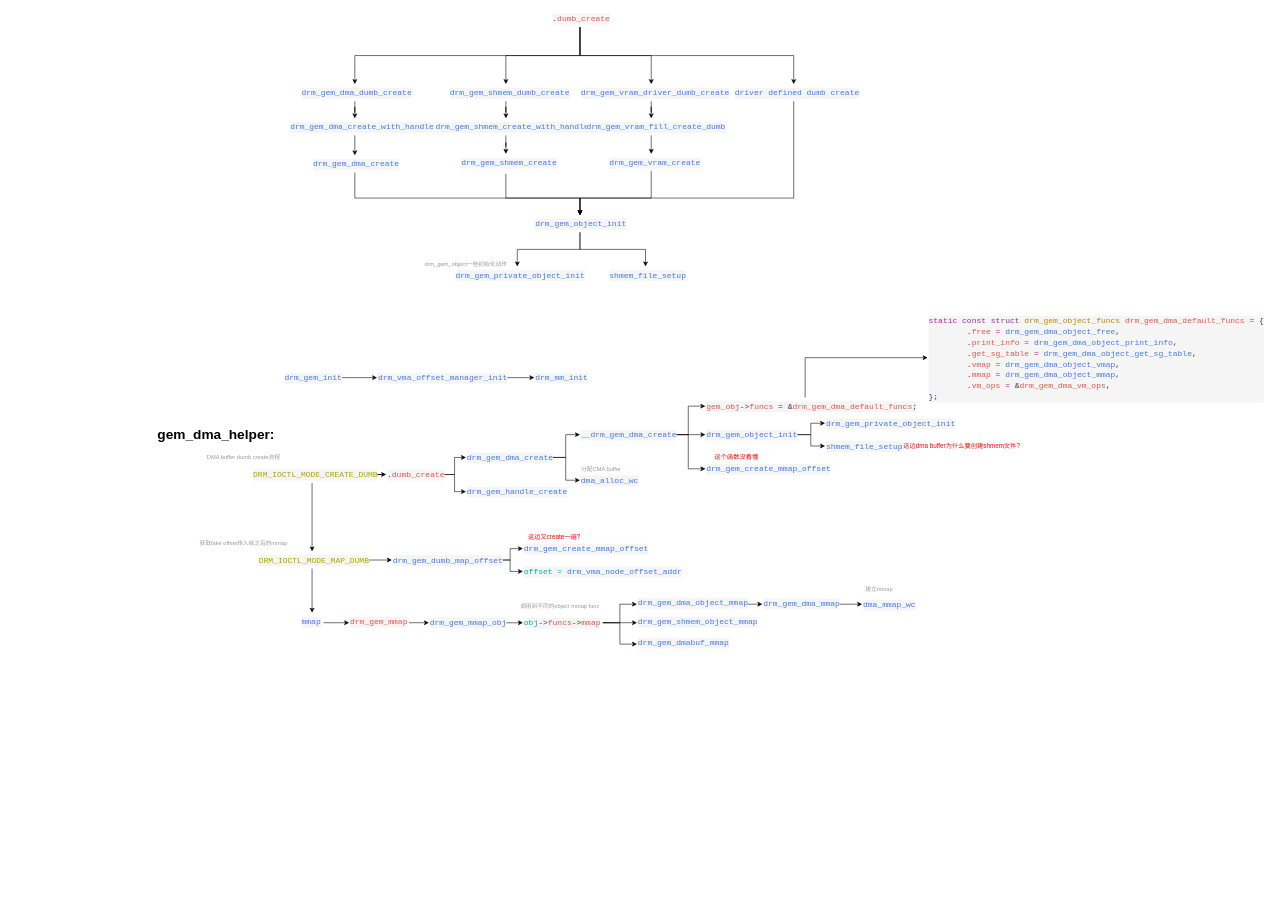
Before: drm_mm.drawio in YC-Xiang/draw.io, a draw.io diagram. Source tidied: cells renumbered, new cells numbered last; positions are measured from the earlier drawing's top-left corner, leaving out a move shared by most shapes. Both pictures are drawn from the tidied source at 57%, with x=0, y=0 at pixel (146, 10).
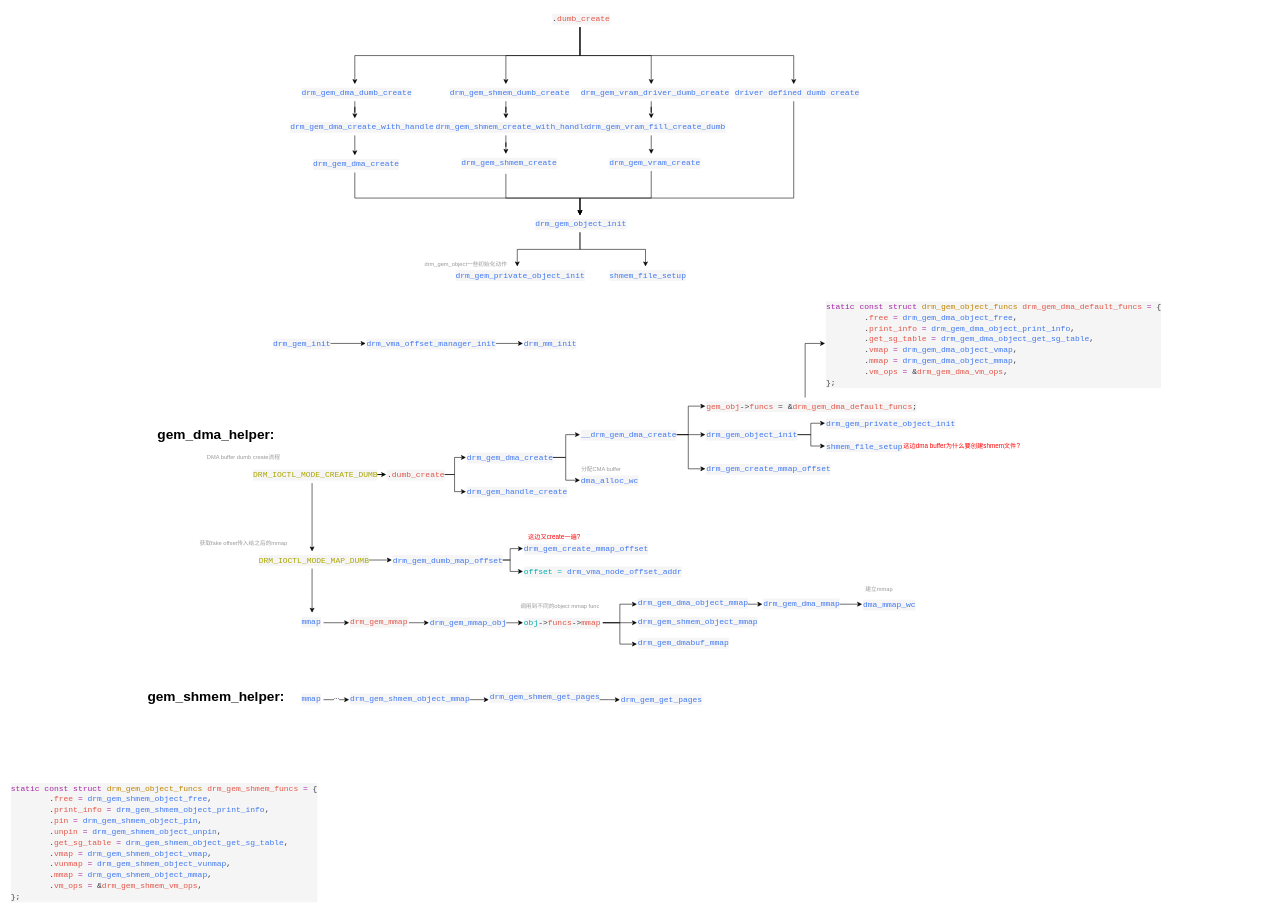
The same page after the edit.

Diff of the diagram source:
```diff
@@
     <mxCell id="63" value="&lt;div style=&quot;color: #383a42;background-color: #f5f5f5;font-family: Consolas, 'Courier New', monospace;font-weight: normal;font-size: 14px;line-height: 19px;white-space: pre;&quot;&gt;&lt;div&gt;&lt;span style=&quot;color: #a626a4;&quot;&gt;static&lt;/span&gt;&lt;span style=&quot;color: #383a42;&quot;&gt; &lt;/span&gt;&lt;span style=&quot;color: #a626a4;&quot;&gt;const&lt;/span&gt;&lt;span style=&quot;color: #383a42;&quot;&gt; &lt;/span&gt;&lt;span style=&quot;color: #a626a4;&quot;&gt;struct&lt;/span&gt;&lt;span style=&quot;color: #383a42;&quot;&gt; &lt;/span&gt;&lt;span style=&quot;color: #c18401;&quot;&gt;drm_gem_object_funcs&lt;/span&gt;&lt;span style=&quot;color: #383a42;&quot;&gt; &lt;/span&gt;&lt;span style=&quot;color: #e45649;&quot;&gt;drm_gem_dma_default_funcs&lt;/span&gt;&lt;span style=&quot;color: #383a42;&quot;&gt; &lt;/span&gt;&lt;span style=&quot;color: #a626a4;&quot;&gt;=&lt;/span&gt;&lt;span style=&quot;color: #383a42;&quot;&gt; {&lt;/span&gt;&lt;/div&gt;&lt;div&gt;&lt;span style=&quot;color: #383a42;&quot;&gt;&amp;nbsp; &amp;nbsp; &amp;nbsp; &amp;nbsp; .&lt;/span&gt;&lt;span style=&quot;color: #e45649;&quot;&gt;free&lt;/span&gt;&lt;span style=&quot;color: #383a42;&quot;&gt; &lt;/span&gt;&lt;span style=&quot;color: #a626a4;&quot;&gt;=&lt;/span&gt;&lt;span style=&quot;color: #383a42;&quot;&gt; &lt;/span&gt;&lt;span style=&quot;color: #4078f2;&quot;&gt;drm_gem_dma_object_free&lt;/span&gt;&lt;span style=&quot;color: #383a42;&quot;&gt;,&lt;/span&gt;&lt;/div&gt;&lt;div&gt;&lt;span style=&quot;color: #383a42;&quot;&gt;&amp;nbsp; &amp;nbsp; &amp;nbsp; &amp;nbsp; .&lt;/span&gt;&lt;span style=&quot;color: #e45649;&quot;&gt;print_info&lt;/span&gt;&lt;span style=&quot;color: #383a42;&quot;&gt; &lt;/span&gt;&lt;span style=&quot;color: #a626a4;&quot;&gt;=&lt;/span&gt;&lt;span style=&quot;color: #383a42;&quot;&gt; &lt;/span&gt;&lt;span style=&quot;color: #4078f2;&quot;&gt;drm_gem_dma_object_print_info&lt;/span&gt;&lt;span style=&quot;color: #383a42;&quot;&gt;,&lt;/span&gt;&lt;/div&gt;&lt;div&gt;&lt;span style=&quot;color: #383a42;&quot;&gt;&amp;nbsp; &amp;nbsp; &amp;nbsp; &amp;nbsp; .&lt;/span&gt;&lt;span style=&quot;color: #e45649;&quot;&gt;get_sg_table&lt;/span&gt;&lt;span style=&quot;color: #383a42;&quot;&gt; &lt;/span&gt;&lt;span style=&quot;color: #a626a4;&quot;&gt;=&lt;/span&gt;&lt;span style=&quot;color: #383a42;&quot;&gt; &lt;/span&gt;&lt;span style=&quot;color: #4078f2;&quot;&gt;drm_gem_dma_object_get_sg_table&lt;/span&gt;&lt;span style=&quot;color: #383a42;&quot;&gt;,&lt;/span&gt;&lt;/div&gt;&lt;div&gt;&lt;span style=&quot;color: #383a42;&quot;&gt;&amp;nbsp; &amp;nbsp; &amp;nbsp; &amp;nbsp; .&lt;/span&gt;&lt;span style=&quot;color: #e45649;&quot;&gt;vmap&lt;/span&gt;&lt;span style=&quot;color: #383a42;&quot;&gt; &lt;/span&gt;&lt;span style=&quot;color: #a626a4;&quot;&gt;=&lt;/span&gt;&lt;span style=&quot;color: #383a42;&quot;&gt; &lt;/span&gt;&lt;span style=&quot;color: #4078f2;&quot;&gt;drm_gem_dma_object_vmap&lt;/span&gt;&lt;span style=&quot;color: #383a42;&quot;&gt;,&lt;/span&gt;&lt;/div&gt;&lt;div&gt;&lt;span style=&quot;color: #383a42;&quot;&gt;&amp;nbsp; &amp;nbsp; &amp;nbsp; &amp;nbsp; .&lt;/span&gt;&lt;span style=&quot;color: #e45649;&quot;&gt;mmap&lt;/span&gt;&lt;span style=&quot;color: #383a42;&quot;&gt; &lt;/span&gt;&lt;span style=&quot;color: #a626a4;&quot;&gt;=&lt;/span&gt;&lt;span style=&quot;color: #383a42;&quot;&gt; &lt;/span&gt;&lt;span style=&quot;color: #4078f2;&quot;&gt;drm_gem_dma_object_mmap&lt;/span&gt;&lt;span style=&quot;color: #383a42;&quot;&gt;,&lt;/span&gt;&lt;/div&gt;&lt;div&gt;&lt;span style=&quot;color: #383a42;&quot;&gt;&amp;nbsp; &amp;nbsp; &amp;nbsp; &amp;nbsp; .&lt;/span&gt;&lt;span style=&quot;color: #e45649;&quot;&gt;vm_ops&lt;/span&gt;&lt;span style=&quot;color: #383a42;&quot;&gt; &lt;/span&gt;&lt;span style=&quot;color: #a626a4;&quot;&gt;=&lt;/span&gt;&lt;span style=&quot;color: #383a42;&quot;&gt; &lt;/span&gt;&lt;span style=&quot;color: #383a42;&quot;&gt;&amp;amp;&lt;/span&gt;&lt;span style=&quot;color: #e45649;&quot;&gt;drm_gem_dma_vm_ops&lt;/span&gt;&lt;span style=&quot;color: #383a42;&quot;&gt;,&lt;/span&gt;&lt;/div&gt;&lt;div&gt;&lt;span style=&quot;color: #383a42;&quot;&gt;};&lt;/span&gt;&lt;/div&gt;&lt;/div&gt;" style="text;whiteSpace=wrap;html=1;" parent="1" vertex="1">
-      <mxGeometry x="1370" y="530" width="550" height="160" as="geometry" />
+      <mxGeometry x="1190" y="505" width="550" height="160" as="geometry" />
     </mxCell>
@@
     <mxCell id="65" value="&lt;div style=&quot;color: #383a42;background-color: #f5f5f5;font-family: Consolas, 'Courier New', monospace;font-weight: normal;font-size: 14px;line-height: 19px;white-space: pre;&quot;&gt;&lt;div&gt;&lt;span style=&quot;color: #4078f2;&quot;&gt;drm_gem_init&lt;/span&gt;&lt;/div&gt;&lt;/div&gt;" style="text;whiteSpace=wrap;html=1;" parent="1" vertex="1">
-      <mxGeometry x="240" y="630" width="100" height="30" as="geometry" />
+      <mxGeometry x="220" y="570" width="100" height="30" as="geometry" />
     </mxCell>
@@
     <mxCell id="67" value="&lt;div style=&quot;color: #383a42;background-color: #f5f5f5;font-family: Consolas, 'Courier New', monospace;font-weight: normal;font-size: 14px;line-height: 19px;white-space: pre;&quot;&gt;&lt;div&gt;&lt;span style=&quot;color: #4078f2;&quot;&gt;drm_vma_offset_manager_init&lt;/span&gt;&lt;/div&gt;&lt;/div&gt;" style="text;whiteSpace=wrap;html=1;" parent="1" vertex="1">
-      <mxGeometry x="404" y="630" width="216" height="30" as="geometry" />
+      <mxGeometry x="384" y="570" width="216" height="30" as="geometry" />
     </mxCell>
     <mxCell id="68" value="&lt;div style=&quot;color: #383a42;background-color: #f5f5f5;font-family: Consolas, 'Courier New', monospace;font-weight: normal;font-size: 14px;line-height: 19px;white-space: pre;&quot;&gt;&lt;div&gt;&lt;span style=&quot;color: #4078f2;&quot;&gt;drm_mm_init&lt;/span&gt;&lt;/div&gt;&lt;/div&gt;" style="text;whiteSpace=wrap;html=1;" parent="1" vertex="1">
-      <mxGeometry x="680" y="630" width="100" height="30" as="geometry" />
+      <mxGeometry x="660" y="570" width="100" height="30" as="geometry" />
     </mxCell>
-    <mxCell id="69" value="&lt;font color=&quot;#ff0000&quot;&gt;&lt;span style=&quot;font-size: 11px;&quot;&gt;这个函数没看懂&lt;/span&gt;&lt;/font&gt;" style="text;html=1;align=center;verticalAlign=middle;whiteSpace=wrap;rounded=0;" parent="1" vertex="1">
-      <mxGeometry x="990" y="770" width="90" height="30" as="geometry" />
-    </mxCell>
@@
+    <mxCell id="97" value="&lt;h1&gt;gem_shmem_helper:&amp;nbsp;&lt;/h1&gt;" style="text;html=1;align=center;verticalAlign=middle;whiteSpace=wrap;rounded=0;" parent="1" vertex="1">
+      <mxGeometry y="1190" width="250" height="30" as="geometry" />
+    </mxCell>
+    <mxCell id="98" style="edgeStyle=orthogonalEdgeStyle;rounded=0;jettySize=auto;html=1;" parent="1" edge="1" source="99" target="101">
+      <mxGeometry relative="1" as="geometry" />
+    </mxCell>
+    <mxCell id="99" value="&lt;div style=&quot;color: #383a42;background-color: #f5f5f5;font-family: Consolas, 'Courier New', monospace;font-weight: normal;font-size: 14px;line-height: 19px;white-space: pre;&quot;&gt;&lt;div&gt;&lt;span style=&quot;color: #4078f2;&quot;&gt;drm_gem_shmem_object_mmap&lt;/span&gt;&lt;/div&gt;&lt;/div&gt;" style="text;whiteSpace=wrap;html=1;" parent="1" vertex="1">
+      <mxGeometry x="355" y="1192.5" width="200" height="35" as="geometry" />
+    </mxCell>
+    <mxCell id="100" style="edgeStyle=orthogonalEdgeStyle;rounded=0;jettySize=auto;html=1;exitX=1;exitY=0.5;exitDx=0;exitDy=0;entryX=0;entryY=0.5;entryDx=0;entryDy=0;" parent="1" edge="1" source="101" target="106">
+      <mxGeometry relative="1" as="geometry" />
+    </mxCell>
+    <mxCell id="101" value="&lt;div style=&quot;color: #383a42;background-color: #f5f5f5;font-family: Consolas, 'Courier New', monospace;font-weight: normal;font-size: 14px;line-height: 19px;white-space: pre;&quot;&gt;&lt;div&gt;&lt;span style=&quot;color: #4078f2;&quot;&gt;drm_gem_shmem_get_pages&lt;/span&gt;&lt;/div&gt;&lt;/div&gt;" style="text;whiteSpace=wrap;html=1;" parent="1" vertex="1">
+      <mxGeometry x="600" y="1190" width="190" height="40" as="geometry" />
+    </mxCell>
+    <mxCell id="102" value="&lt;div style=&quot;color: #383a42;background-color: #f5f5f5;font-family: Consolas, 'Courier New', monospace;font-weight: normal;font-size: 14px;line-height: 19px;white-space: pre;&quot;&gt;&lt;div&gt;&lt;span style=&quot;color: #a626a4;&quot;&gt;static&lt;/span&gt;&lt;span style=&quot;color: #383a42;&quot;&gt; &lt;/span&gt;&lt;span style=&quot;color: #a626a4;&quot;&gt;const&lt;/span&gt;&lt;span style=&quot;color: #383a42;&quot;&gt; &lt;/span&gt;&lt;span style=&quot;color: #a626a4;&quot;&gt;struct&lt;/span&gt;&lt;span style=&quot;color: #383a42;&quot;&gt; &lt;/span&gt;&lt;span style=&quot;color: #c18401;&quot;&gt;drm_gem_object_funcs&lt;/span&gt;&lt;span style=&quot;color: #383a42;&quot;&gt; &lt;/span&gt;&lt;span style=&quot;color: #e45649;&quot;&gt;drm_gem_shmem_funcs&lt;/span&gt;&lt;span style=&quot;color: #383a42;&quot;&gt; &lt;/span&gt;&lt;span style=&quot;color: #a626a4;&quot;&gt;=&lt;/span&gt;&lt;span style=&quot;color: #383a42;&quot;&gt; {&lt;/span&gt;&lt;/div&gt;&lt;div&gt;&lt;span style=&quot;color: #383a42;&quot;&gt;&amp;nbsp; &amp;nbsp; &amp;nbsp; &amp;nbsp; .&lt;/span&gt;&lt;span style=&quot;color: #e45649;&quot;&gt;free&lt;/span&gt;&lt;span style=&quot;color: #383a42;&quot;&gt; &lt;/span&gt;&lt;span style=&quot;color: #a626a4;&quot;&gt;=&lt;/span&gt;&lt;span style=&quot;color: #383a42;&quot;&gt; &lt;/span&gt;&lt;span style=&quot;color: #4078f2;&quot;&gt;drm_gem_shmem_object_free&lt;/span&gt;&lt;span style=&quot;color: #383a42;&quot;&gt;,&lt;/span&gt;&lt;/div&gt;&lt;div&gt;&lt;span style=&quot;color: #383a42;&quot;&gt;&amp;nbsp; &amp;nbsp; &amp;nbsp; &amp;nbsp; .&lt;/span&gt;&lt;span style=&quot;color: #e45649;&quot;&gt;print_info&lt;/span&gt;&lt;span style=&quot;color: #383a42;&quot;&gt; &lt;/span&gt;&lt;span style=&quot;color: #a626a4;&quot;&gt;=&lt;/span&gt;&lt;span style=&quot;color: #383a42;&quot;&gt; &lt;/span&gt;&lt;span style=&quot;color: #4078f2;&quot;&gt;drm_gem_shmem_object_print_info&lt;/span&gt;&lt;span style=&quot;color: #383a42;&quot;&gt;,&lt;/span&gt;&lt;/div&gt;&lt;div&gt;&lt;span style=&quot;color: #383a42;&quot;&gt;&amp;nbsp; &amp;nbsp; &amp;nbsp; &amp;nbsp; .&lt;/span&gt;&lt;span style=&quot;color: #e45649;&quot;&gt;pin&lt;/span&gt;&lt;span style=&quot;color: #383a42;&quot;&gt; &lt;/span&gt;&lt;span style=&quot;color: #a626a4;&quot;&gt;=&lt;/span&gt;&lt;span style=&quot;color: #383a42;&quot;&gt; &lt;/span&gt;&lt;span style=&quot;color: #4078f2;&quot;&gt;drm_gem_shmem_object_pin&lt;/span&gt;&lt;span style=&quot;color: #383a42;&quot;&gt;,&lt;/span&gt;&lt;/div&gt;&lt;div&gt;&lt;span style=&quot;color: #383a42;&quot;&gt;&amp;nbsp; &amp;nbsp; &amp;nbsp; &amp;nbsp; .&lt;/span&gt;&lt;span style=&quot;color: #e45649;&quot;&gt;unpin&lt;/span&gt;&lt;span style=&quot;color: #383a42;&quot;&gt; &lt;/span&gt;&lt;span style=&quot;color: #a626a4;&quot;&gt;=&lt;/span&gt;&lt;span style=&quot;color: #383a42;&quot;&gt; &lt;/span&gt;&lt;span style=&quot;color: #4078f2;&quot;&gt;drm_gem_shmem_object_unpin&lt;/span&gt;&lt;span style=&quot;color: #383a42;&quot;&gt;,&lt;/span&gt;&lt;/div&gt;&lt;div&gt;&lt;span style=&quot;color: #383a42;&quot;&gt;&amp;nbsp; &amp;nbsp; &amp;nbsp; &amp;nbsp; .&lt;/span&gt;&lt;span style=&quot;color: #e45649;&quot;&gt;get_sg_table&lt;/span&gt;&lt;span style=&quot;color: #383a42;&quot;&gt; &lt;/span&gt;&lt;span style=&quot;color: #a626a4;&quot;&gt;=&lt;/span&gt;&lt;span style=&quot;color: #383a42;&quot;&gt; &lt;/span&gt;&lt;span style=&quot;color: #4078f2;&quot;&gt;drm_gem_shmem_object_get_sg_table&lt;/span&gt;&lt;span style=&quot;color: #383a42;&quot;&gt;,&lt;/span&gt;&lt;/div&gt;&lt;div&gt;&lt;span style=&quot;color: #383a42;&quot;&gt;&amp;nbsp; &amp;nbsp; &amp;nbsp; &amp;nbsp; .&lt;/span&gt;&lt;span style=&quot;color: #e45649;&quot;&gt;vmap&lt;/span&gt;&lt;span style=&quot;color: #383a42;&quot;&gt; &lt;/span&gt;&lt;span style=&quot;color: #a626a4;&quot;&gt;=&lt;/span&gt;&lt;span style=&quot;color: #383a42;&quot;&gt; &lt;/span&gt;&lt;span style=&quot;color: #4078f2;&quot;&gt;drm_gem_shmem_object_vmap&lt;/span&gt;&lt;span style=&quot;color: #383a42;&quot;&gt;,&lt;/span&gt;&lt;/div&gt;&lt;div&gt;&lt;span style=&quot;color: #383a42;&quot;&gt;&amp;nbsp; &amp;nbsp; &amp;nbsp; &amp;nbsp; .&lt;/span&gt;&lt;span style=&quot;color: #e45649;&quot;&gt;vunmap&lt;/span&gt;&lt;span style=&quot;color: #383a42;&quot;&gt; &lt;/span&gt;&lt;span style=&quot;color: #a626a4;&quot;&gt;=&lt;/span&gt;&lt;span style=&quot;color: #383a42;&quot;&gt; &lt;/span&gt;&lt;span style=&quot;color: #4078f2;&quot;&gt;drm_gem_shmem_object_vunmap&lt;/span&gt;&lt;span style=&quot;color: #383a42;&quot;&gt;,&lt;/span&gt;&lt;/div&gt;&lt;div&gt;&lt;span style=&quot;color: #383a42;&quot;&gt;&amp;nbsp; &amp;nbsp; &amp;nbsp; &amp;nbsp; .&lt;/span&gt;&lt;span style=&quot;color: #e45649;&quot;&gt;mmap&lt;/span&gt;&lt;span style=&quot;color: #383a42;&quot;&gt; &lt;/span&gt;&lt;span style=&quot;color: #a626a4;&quot;&gt;=&lt;/span&gt;&lt;span style=&quot;color: #383a42;&quot;&gt; &lt;/span&gt;&lt;span style=&quot;color: #4078f2;&quot;&gt;drm_gem_shmem_object_mmap&lt;/span&gt;&lt;span style=&quot;color: #383a42;&quot;&gt;,&lt;/span&gt;&lt;/div&gt;&lt;div&gt;&lt;span style=&quot;color: #383a42;&quot;&gt;&amp;nbsp; &amp;nbsp; &amp;nbsp; &amp;nbsp; .&lt;/span&gt;&lt;span style=&quot;color: #e45649;&quot;&gt;vm_ops&lt;/span&gt;&lt;span style=&quot;color: #383a42;&quot;&gt; &lt;/span&gt;&lt;span style=&quot;color: #a626a4;&quot;&gt;=&lt;/span&gt;&lt;span style=&quot;color: #383a42;&quot;&gt; &lt;/span&gt;&lt;span style=&quot;color: #383a42;&quot;&gt;&amp;amp;&lt;/span&gt;&lt;span style=&quot;color: #e45649;&quot;&gt;drm_gem_shmem_vm_ops&lt;/span&gt;&lt;span style=&quot;color: #383a42;&quot;&gt;,&lt;/span&gt;&lt;/div&gt;&lt;div&gt;&lt;span style=&quot;color: #383a42;&quot;&gt;};&lt;/span&gt;&lt;/div&gt;&lt;/div&gt;" style="text;whiteSpace=wrap;html=1;" parent="1" vertex="1">
+      <mxGeometry x="-240" y="1350" width="530" height="230" as="geometry" />
+    </mxCell>
+    <mxCell id="103" style="edgeStyle=orthogonalEdgeStyle;rounded=0;jettySize=auto;html=1;exitX=1;exitY=0.5;exitDx=0;exitDy=0;entryX=0;entryY=0.5;entryDx=0;entryDy=0;" parent="1" edge="1" source="105" target="99">
+      <mxGeometry relative="1" as="geometry" />
+    </mxCell>
+    <mxCell id="104" value="..." style="edgeLabel;html=1;align=center;verticalAlign=middle;" parent="103" vertex="1">
+      <mxGeometry x="-0.02" y="5" relative="1" as="geometry" />
+    </mxCell>
+    <mxCell id="105" value="&lt;div style=&quot;color: #383a42;background-color: #f5f5f5;font-family: Consolas, 'Courier New', monospace;font-weight: normal;font-size: 14px;line-height: 19px;white-space: pre;&quot;&gt;&lt;div&gt;&lt;span style=&quot;color: #4078f2;&quot;&gt;mmap&lt;/span&gt;&lt;/div&gt;&lt;/div&gt;" style="text;whiteSpace=wrap;html=1;" parent="1" vertex="1">
+      <mxGeometry x="270" y="1192.5" width="40" height="35" as="geometry" />
+    </mxCell>
+    <mxCell id="106" value="&lt;div style=&quot;color: #383a42;background-color: #f5f5f5;font-family: Consolas, 'Courier New', monospace;font-weight: normal;font-size: 14px;line-height: 19px;white-space: pre;&quot;&gt;&lt;div&gt;&lt;span style=&quot;color: #4078f2;&quot;&gt;drm_gem_get_pages&lt;/span&gt;&lt;/div&gt;&lt;/div&gt;" style="text;whiteSpace=wrap;html=1;" parent="1" vertex="1">
+      <mxGeometry x="830" y="1193.8" width="140" height="32.5" as="geometry" />
+    </mxCell>
```
